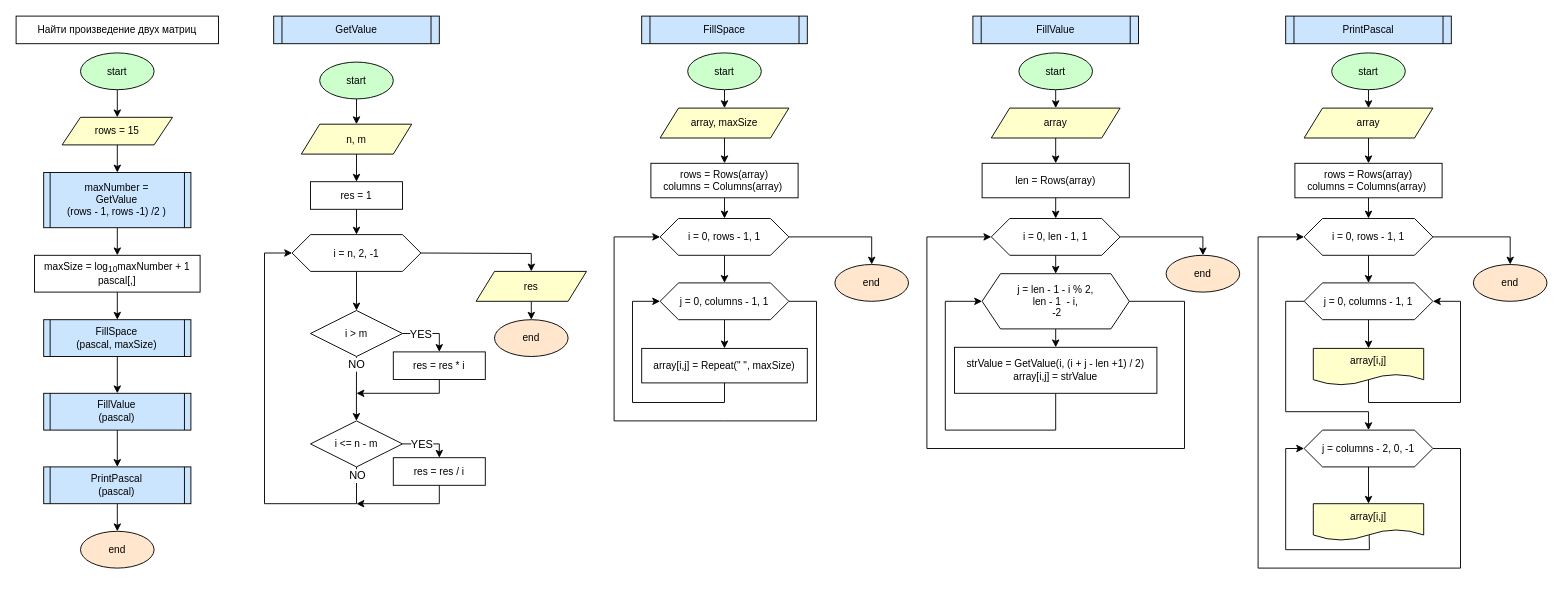
Earlier version of the draw.io diagram LESSON_6/TASK_6_3/CHART.drawio (SegaBash/CS_Task). Source tidied: cells renumbered, new cells numbered last; positions are measured from the earlier drawing's top-left corner, leaving out a move shared by most shapes. Both pictures are drawn from the tidied source at 92%, with x=0, y=0 at pixel (16, 16).
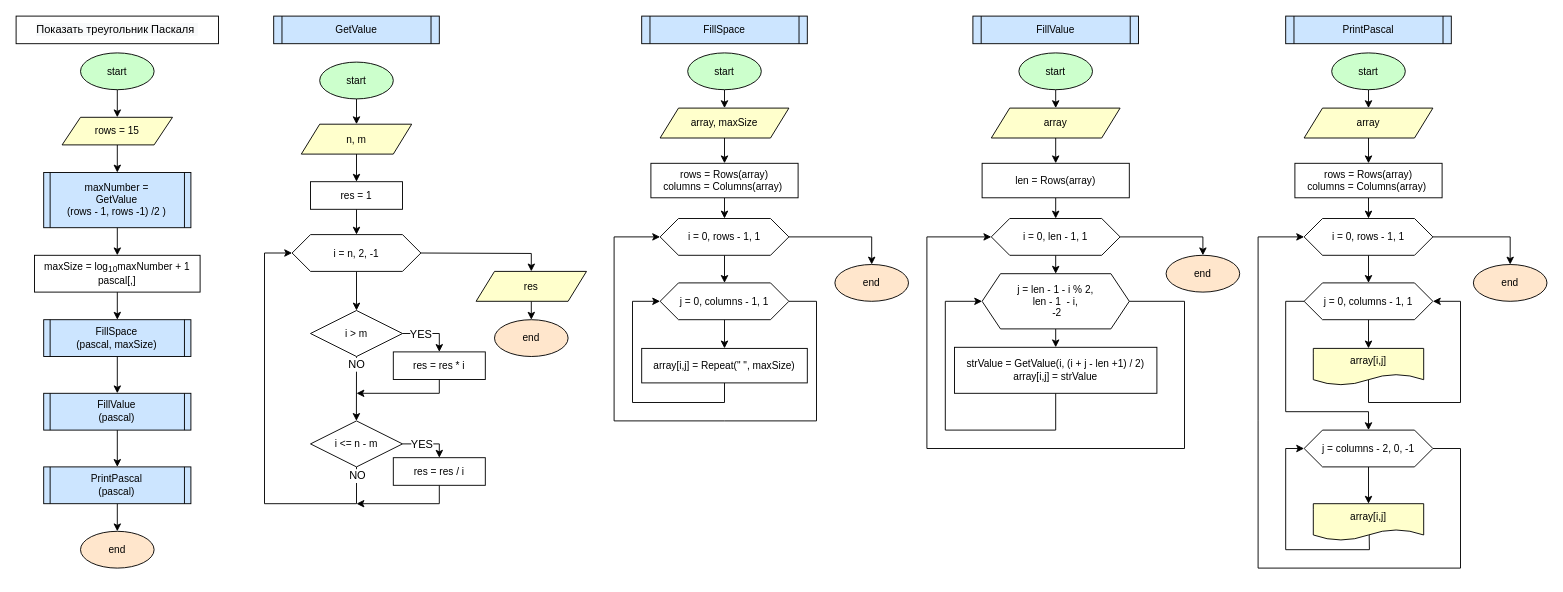
After the change.

Commit message (it also covers changes not shown here):
Little modification

Change to the diagram source:
```diff
@@
-    <mxCell id="8" value="Найти произведение двух матриц" style="whiteSpace=wrap;html=1;rounded=0;fontSize=11;fillColor=#FFFFFF;strokeColor=#000000;fontColor=#000000;labelBackgroundColor=none;endArrow=classic;" parent="1" vertex="1">
+    <mxCell id="8" value="&lt;span style=&quot;font-size: 12px ; background-color: rgb(248 , 249 , 250)&quot;&gt;Показать треугольник Паскаля&amp;nbsp;&lt;/span&gt;" style="whiteSpace=wrap;html=1;rounded=0;fontSize=11;fillColor=#FFFFFF;strokeColor=#000000;fontColor=#000000;labelBackgroundColor=none;endArrow=classic;" parent="1" vertex="1">
       <mxGeometry width="220" height="30" as="geometry" />
     </mxCell>
```
